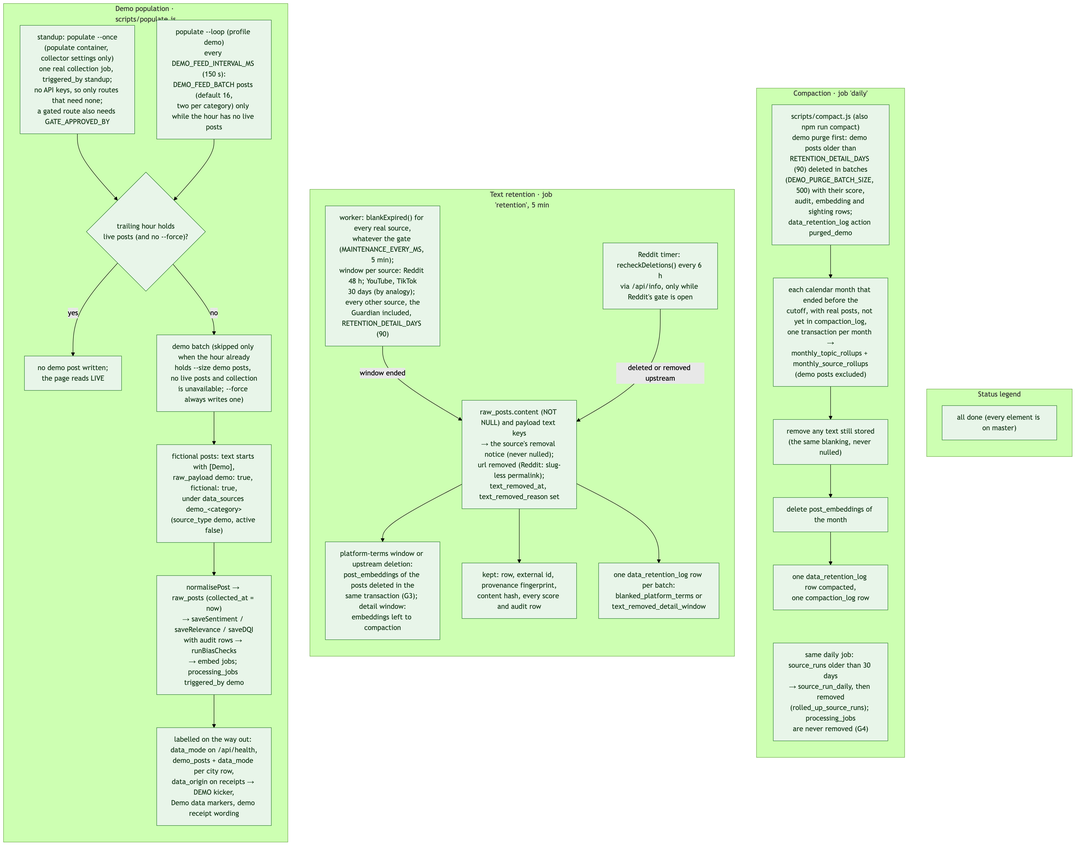
This is docs/diagrams/flows/data-flow-demo-and-retention.png from jennifer-mckinney/pulse-of-ai, a Mermaid export, as it was before one commit. Its source is kept beside it as docs/diagrams/flows/data-flow-demo-and-retention.mmd.
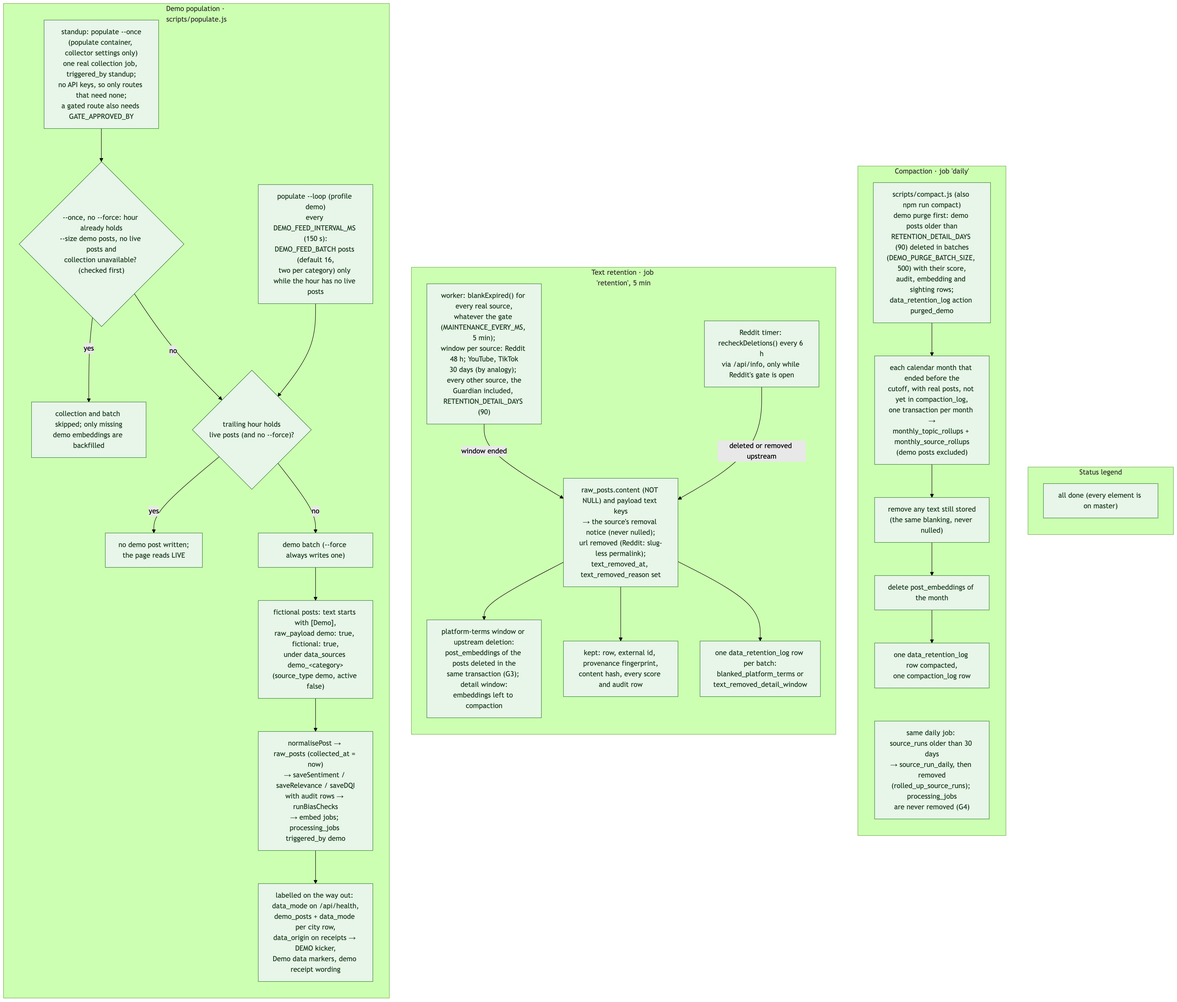
Later version of the same file.

The edit, as a diff of the source:
```diff
@@ -4,13 +4,17 @@
     direction TB
     M1["standup: populate --once<br/>(populate container, collector settings only)<br/>one real collection job, triggered_by standup;<br/>no API keys, so only routes that need none;<br/>a gated route also needs GATE_APPROVED_BY"]:::done
     M2{"trailing hour holds<br/>live posts (and no --force)?"}:::done
-    M3["demo batch (skipped only when the hour already<br/>holds --size demo posts, no live posts and collection<br/>is unavailable; --force always writes one)"]:::done
+    M3["demo batch (--force always writes one)"]:::done
+    M9{"--once, no --force: hour already holds<br/>--size demo posts, no live posts and<br/>collection unavailable? (checked first)"}:::done
     M4["populate --loop (profile demo)<br/>every DEMO_FEED_INTERVAL_MS (150 s):<br/>DEMO_FEED_BATCH posts (default 16,<br/>two per category) only while the hour has no live posts"]:::done
     M5["fictional posts: text starts with [Demo],<br/>raw_payload demo: true, fictional: true,<br/>under data_sources demo_#lt;category#gt;<br/>(source_type demo, active false)"]:::done
     M6["normalisePost → raw_posts (collected_at = now)<br/>→ saveSentiment / saveRelevance / saveDQI<br/>with audit rows → runBiasChecks<br/>→ embed jobs; processing_jobs triggered_by demo"]:::done
     M7["labelled on the way out: data_mode on /api/health,<br/>demo_posts + data_mode per city row,<br/>data_origin on receipts → DEMO kicker,<br/>Demo data markers, demo receipt wording"]:::done
     M8["no demo post written;<br/>the page reads LIVE"]:::done
-    M1 --> M2
+    M10["collection and batch skipped; only missing<br/>demo embeddings are backfilled"]:::done
+    M1 --> M9
+    M9 -- yes --> M10
+    M9 -- no --> M2
     M2 -- yes --> M8
     M2 -- no --> M3 --> M5
     M4 --> M2
```
